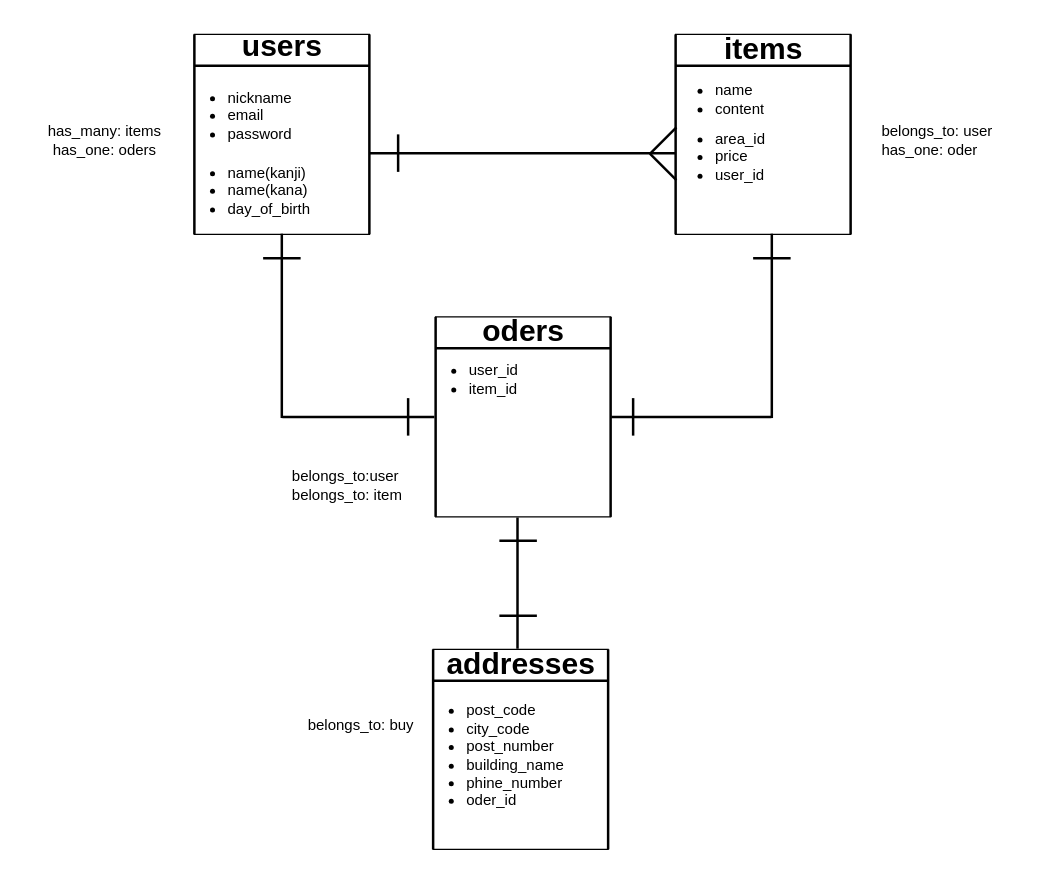
Earlier version of the draw.io diagram furima-er.dio (tatsuaki1234/furima-27589). Source tidied: cells renumbered, new cells numbered last; positions are measured from the earlier drawing's top-left corner, leaving out a move shared by most shapes. Both pictures are drawn from the tidied source at 125%, with x=0, y=0 at pixel (20, 21).
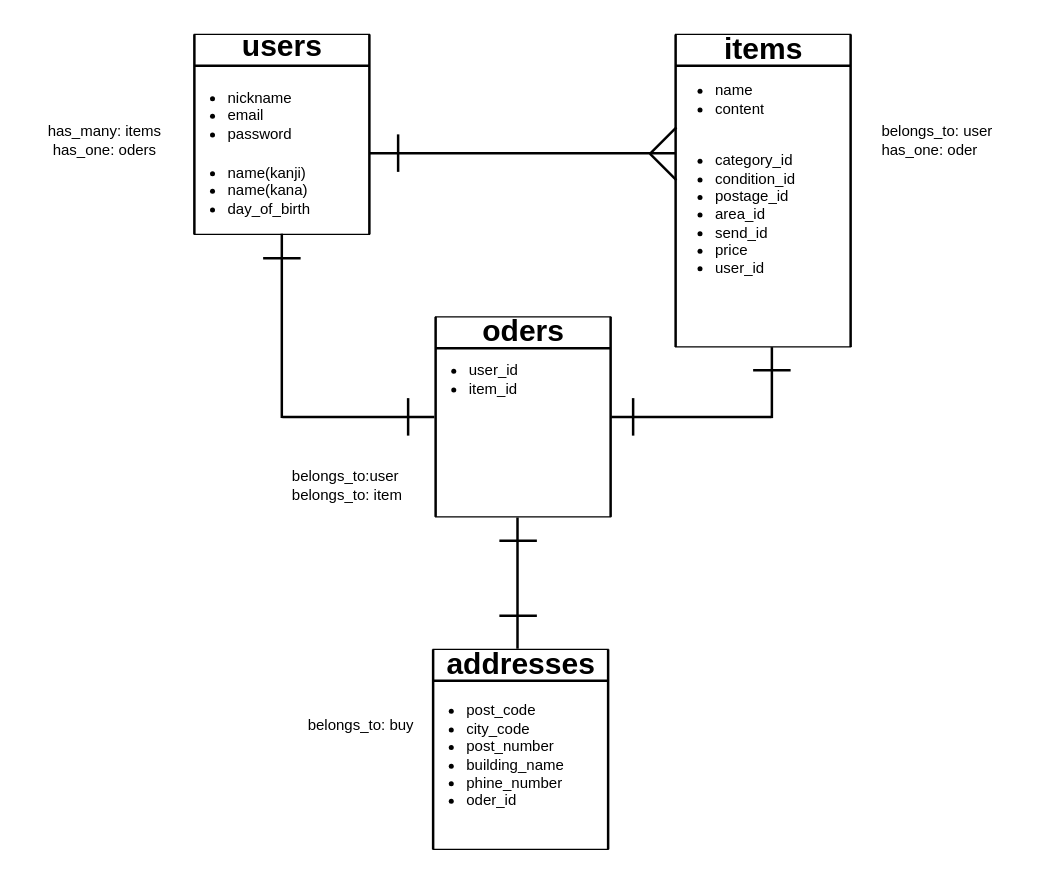
The same page after the edit.

Change to the diagram source:
```diff
@@
     <mxCell id="9" style="shape=partialRectangle;whiteSpace=wrap;html=1;left=0;right=0;fillColor=none;" parent="1" vertex="1">
-      <mxGeometry x="524" y="10" width="140" height="160" as="geometry" />
+      <mxGeometry x="524" y="10" width="140" height="250" as="geometry" />
     </mxCell>
     <mxCell id="10" style="line;strokeWidth=2;direction=south;html=1;" parent="1" vertex="1">
-      <mxGeometry x="659" y="10" width="10" height="160" as="geometry" />
+      <mxGeometry x="659" y="10" width="10" height="250" as="geometry" />
     </mxCell>
@@
     <mxCell id="13" style="line;strokeWidth=2;direction=south;html=1;" parent="1" vertex="1">
-      <mxGeometry x="514" y="10" width="20" height="160" as="geometry" />
+      <mxGeometry x="514" y="10" width="20" height="250" as="geometry" />
     </mxCell>
@@
-    <mxCell id="15" value="&lt;ul&gt;&lt;li&gt;area_id&lt;/li&gt;&lt;li&gt;price&lt;/li&gt;&lt;li&gt;user_id&lt;/li&gt;&lt;/ul&gt;" style="text;strokeColor=none;fillColor=none;html=1;whiteSpace=wrap;verticalAlign=middle;overflow=hidden;" parent="1" vertex="1">
-      <mxGeometry x="514" y="68" width="100" height="80" as="geometry" />
+    <mxCell id="15" value="&lt;ul&gt;&lt;li&gt;category_id&lt;/li&gt;&lt;li&gt;condition_id&lt;br&gt;&lt;/li&gt;&lt;li&gt;postage_id&lt;/li&gt;&lt;li&gt;area_id&lt;/li&gt;&lt;li&gt;send_id&lt;/li&gt;&lt;li&gt;price&lt;/li&gt;&lt;li&gt;user_id&lt;/li&gt;&lt;/ul&gt;" style="text;strokeColor=none;fillColor=none;html=1;whiteSpace=wrap;verticalAlign=middle;overflow=hidden;" parent="1" vertex="1">
+      <mxGeometry x="514" y="26.6" width="110" height="254" as="geometry" />
     </mxCell>
@@
     <mxCell id="37" style="line;strokeWidth=2;html=1;rotation=-180;" parent="1" vertex="1">
-      <mxGeometry x="586" y="184" width="30" height="10" as="geometry" />
+      <mxGeometry x="586" y="273.6" width="30" height="10" as="geometry" />
     </mxCell>
     <mxCell id="38" style="line;strokeWidth=2;html=1;rotation=-90;" parent="1" vertex="1">
-      <mxGeometry x="527.2" y="238.2" width="147.5" height="10" as="geometry" />
+      <mxGeometry x="572.6" y="283.6" width="56.8" height="10" as="geometry" />
     </mxCell>
```
